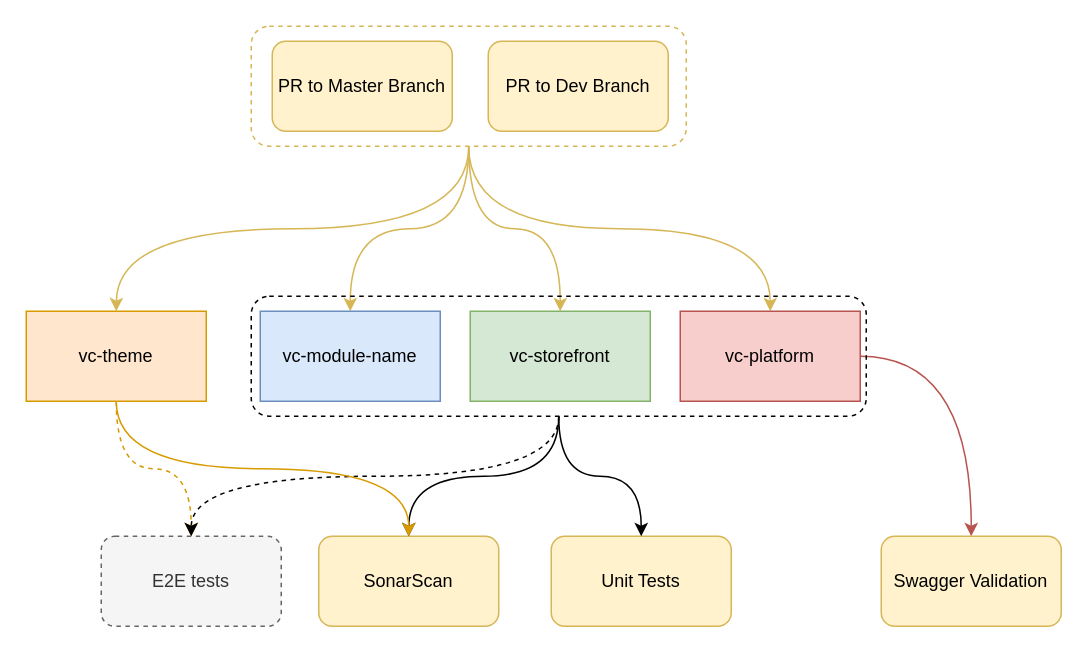
VirtoCommerce/vc-github-actions keeps this draw.io diagram as page "Copy of Checks-Flow" (5 of 7) of docs/media/GitHub-Actions-flows.drawio. Above is the earlier version. Source tidied: cells renumbered, new cells numbered last; positions are measured from the earlier drawing's top-left corner, leaving out a move shared by most shapes. Both pictures are drawn from the tidied source at 150%, with x=0, y=0 at pixel (26, 26).
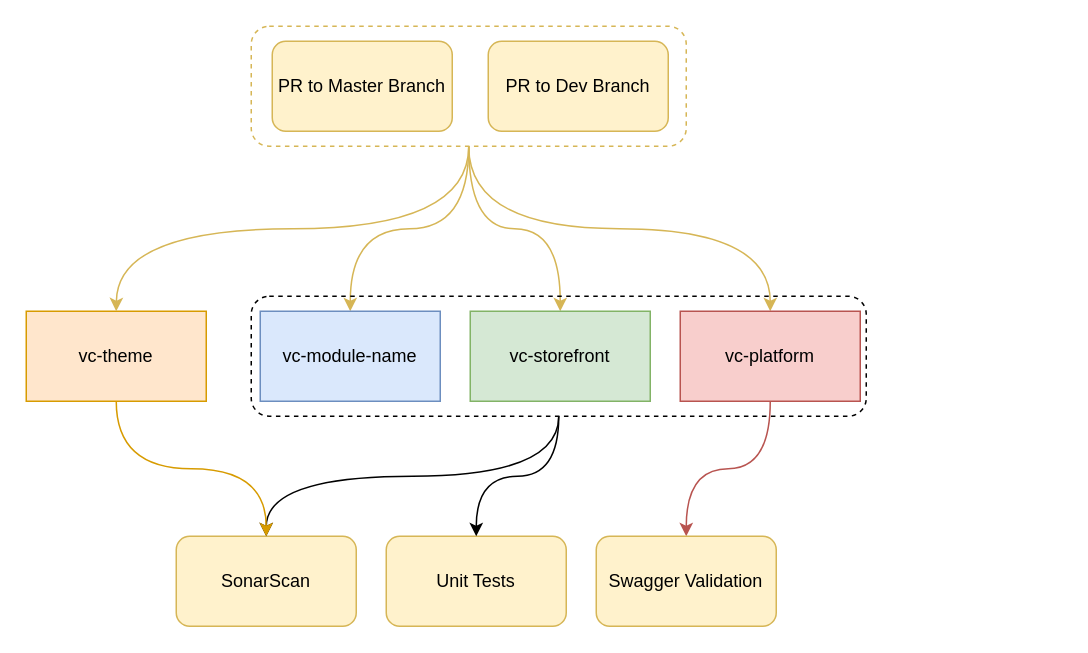
The same diagram, later.

Unchanged cells that the change refers to:
```xml
<mxCell id="12" value="vc-theme" style="rounded=0;whiteSpace=wrap;html=1;fillColor=#ffe6cc;strokeColor=#d79b00;" parent="1" vertex="1">
  <mxGeometry y="190" width="120" height="60" as="geometry" />
</mxCell>
<mxCell id="20" style="rounded=1;whiteSpace=wrap;html=1;dashed=1;fillColor=none;" parent="1" vertex="1">
  <mxGeometry x="150" y="180" width="410" height="80" as="geometry" />
</mxCell>
```

Change to the diagram source:
```diff
@@
     <mxCell id="6" value="SonarScan" style="rounded=1;whiteSpace=wrap;html=1;fillColor=#fff2cc;strokeColor=#d6b656;" parent="1" vertex="1">
-      <mxGeometry x="195" y="340" width="120" height="60" as="geometry" />
+      <mxGeometry x="100" y="340" width="120" height="60" as="geometry" />
     </mxCell>
@@
-    <mxCell id="11" style="edgeStyle=orthogonalEdgeStyle;curved=1;jettySize=auto;html=1;entryX=0.5;entryY=0;entryDx=0;entryDy=0;fillColor=#ffe6cc;strokeColor=#d79b00;dashed=1;" parent="1" edge="1" source="12" target="16">
-      <mxGeometry relative="1" as="geometry" />
-    </mxCell>
@@
     <mxCell id="15" value="Unit Tests" style="rounded=1;whiteSpace=wrap;html=1;fillColor=#fff2cc;strokeColor=#d6b656;" parent="1" vertex="1">
-      <mxGeometry x="350" y="340" width="120" height="60" as="geometry" />
+      <mxGeometry x="240" y="340" width="120" height="60" as="geometry" />
     </mxCell>
-    <mxCell id="16" value="E2E tests" style="rounded=1;whiteSpace=wrap;html=1;fillColor=#f5f5f5;strokeColor=#666666;fontColor=#333333;dashed=1;" parent="1" vertex="1">
-      <mxGeometry x="50" y="340" width="120" height="60" as="geometry" />
-    </mxCell>
     <mxCell id="17" value="Swagger Validation" style="rounded=1;whiteSpace=wrap;html=1;fillColor=#fff2cc;strokeColor=#d6b656;" parent="1" vertex="1">
-      <mxGeometry x="570" y="340" width="120" height="60" as="geometry" />
+      <mxGeometry x="380" y="340" width="120" height="60" as="geometry" />
     </mxCell>
@@
-    <mxCell id="21" style="edgeStyle=orthogonalEdgeStyle;curved=1;jettySize=auto;html=1;entryX=0.5;entryY=0;entryDx=0;entryDy=0;exitX=0.5;exitY=1;exitDx=0;exitDy=0;dashed=1;" parent="1" edge="1" source="20" target="16">
-      <mxGeometry relative="1" as="geometry" />
-    </mxCell>
```
